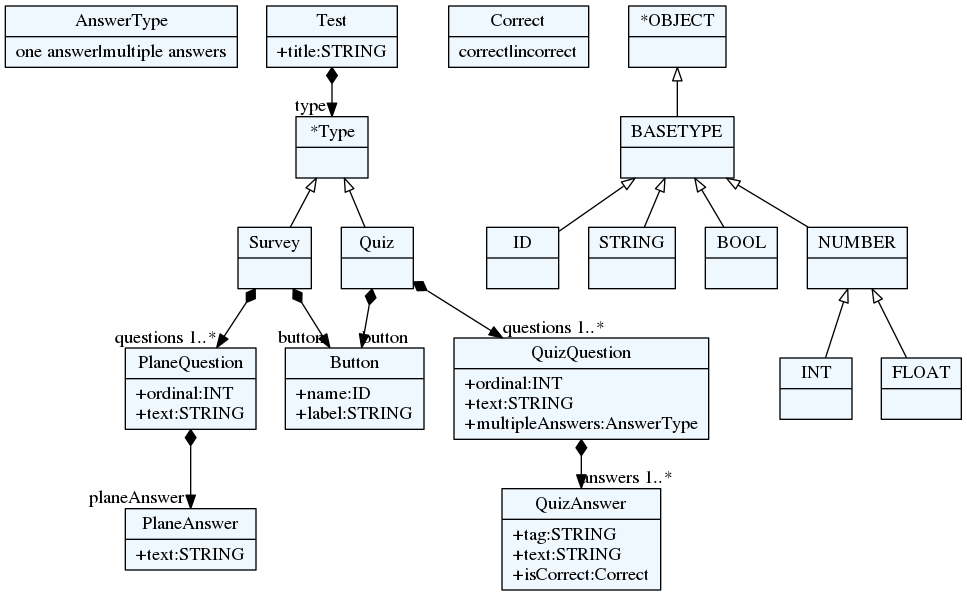
This is quiz/quiz.png from igen-ftn/quizgen, a Graphviz export, as it was before one commit. Its source is kept beside it as quiz/quiz.dot.
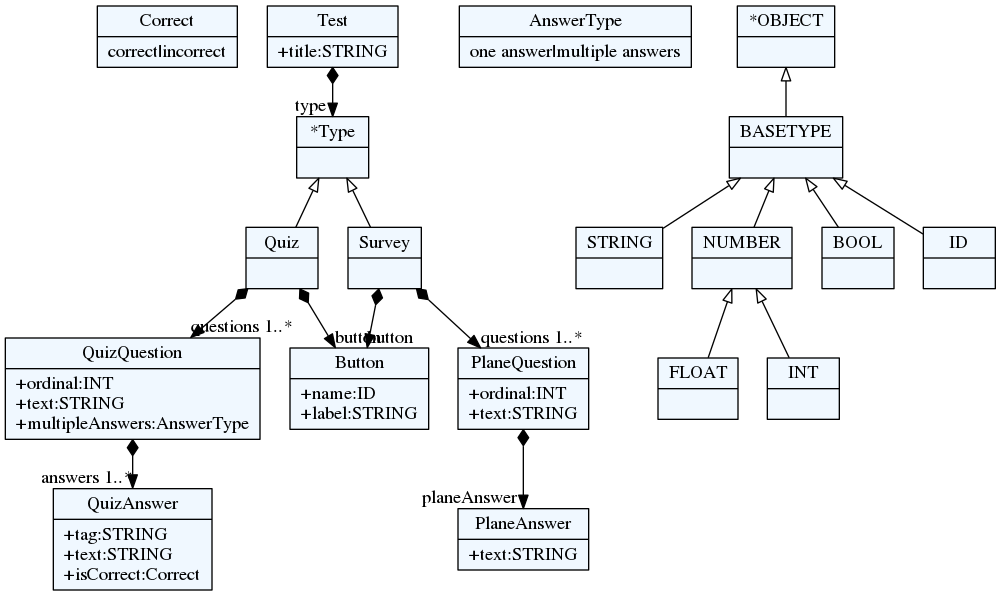
The same diagram one commit later.

The edit, as a diff of the source:
```diff
@@ -10,59 +10,59 @@
     edge[dir=black,arrowtail=empty]
 
 
-23138280[ label="{AnswerType|one answer\|multiple answers}"]
+39772760[ label="{Correct|correct\|incorrect}"]
 
-23134248[ label="{QuizAnswer|+tag:STRING\l+text:STRING\l+isCorrect:Correct\l}"]
+40108936[ label="{*Type|}"]
+40108936 -> 39930504 [dir=back]
+40108936 -> 39959240 [dir=back]
 
-23093272[ label="{Correct|correct\|incorrect}"]
+39930504 -> 39899768[arrowtail=diamond, dir=both, headlabel="questions 1..*"]
+39930504 -> 40204968[arrowtail=diamond, dir=both, headlabel="button "]
+39930504[ label="{Quiz|}"]
 
-22986248 -> 22946360[arrowtail=diamond, dir=both, headlabel="type "]
-22986248[ label="{Test|+title:STRING\l}"]
+40204968[ label="{Button|+name:ID\l+label:STRING\l}"]
 
-23191192 -> 23170360[arrowtail=diamond, dir=both, headlabel="questions 1..*"]
-23191192 -> 23314728[arrowtail=diamond, dir=both, headlabel="button "]
-23191192[ label="{Survey|}"]
+40199880[ label="{PlaneAnswer|+text:STRING\l}"]
 
-23065816 -> 23134248[arrowtail=diamond, dir=both, headlabel="answers 1..*"]
-23065816[ label="{QuizQuestion|+ordinal:INT\l+text:STRING\l+multipleAnswers:AnswerType\l}"]
+39959240 -> 39524968[arrowtail=diamond, dir=both, headlabel="questions 1..*"]
+39959240 -> 40204968[arrowtail=diamond, dir=both, headlabel="button "]
+39959240[ label="{Survey|}"]
 
-23314728[ label="{Button|+name:ID\l+label:STRING\l}"]
+39899768 -> 39984952[arrowtail=diamond, dir=both, headlabel="answers 1..*"]
+39899768[ label="{QuizQuestion|+ordinal:INT\l+text:STRING\l+multipleAnswers:AnswerType\l}"]
 
-23178024 -> 23065816[arrowtail=diamond, dir=both, headlabel="questions 1..*"]
-23178024 -> 23314728[arrowtail=diamond, dir=both, headlabel="button "]
-23178024[ label="{Quiz|}"]
+39984952[ label="{QuizAnswer|+tag:STRING\l+text:STRING\l+isCorrect:Correct\l}"]
 
-23170360 -> 23309640[arrowtail=diamond, dir=both, headlabel="planeAnswer "]
-23170360[ label="{PlaneQuestion|+ordinal:INT\l+text:STRING\l}"]
+40090328 -> 40108936[arrowtail=diamond, dir=both, headlabel="type "]
+40090328[ label="{Test|+title:STRING\l}"]
 
-23309640[ label="{PlaneAnswer|+text:STRING\l}"]
+39524968 -> 40199880[arrowtail=diamond, dir=both, headlabel="planeAnswer "]
+39524968[ label="{PlaneQuestion|+ordinal:INT\l+text:STRING\l}"]
 
-22946360[ label="{*Type|}"]
-22946360 -> 23178024 [dir=back]
-22946360 -> 23191192 [dir=back]
+40000920[ label="{AnswerType|one answer\|multiple answers}"]
 
-22422760[ label="{ID|}"]
+40082056[ label="{STRING|}"]
 
-23043480[ label="{INT|}"]
+39612584[ label="{FLOAT|}"]
 
-22630408[ label="{STRING|}"]
+40120472[ label="{NUMBER|}"]
+40120472 -> 39612584 [dir=back]
+40120472 -> 39957256 [dir=back]
 
-22445064[ label="{FLOAT|}"]
+39957256[ label="{INT|}"]
 
-23151656[ label="{*OBJECT|}"]
-23151656 -> 22553336 [dir=back]
+39787144[ label="{*OBJECT|}"]
+39787144 -> 39865608 [dir=back]
 
-22994504[ label="{BOOL|}"]
+39865608[ label="{BASETYPE|}"]
+39865608 -> 40120472 [dir=back]
+39865608 -> 39854776 [dir=back]
+39865608 -> 39531896 [dir=back]
+39865608 -> 40082056 [dir=back]
 
-22884680[ label="{NUMBER|}"]
-22884680 -> 22445064 [dir=back]
-22884680 -> 23043480 [dir=back]
+39854776[ label="{BOOL|}"]
 
-22553336[ label="{BASETYPE|}"]
-22553336 -> 22884680 [dir=back]
-22553336 -> 22994504 [dir=back]
-22553336 -> 22422760 [dir=back]
-22553336 -> 22630408 [dir=back]
+39531896[ label="{ID|}"]
 
 
 }
```
